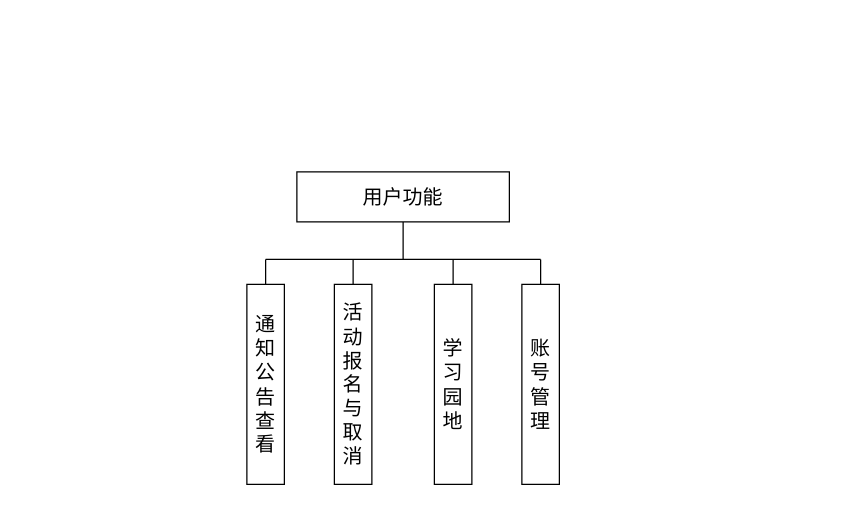
zandaZY/zanda-001 keeps this draw.io diagram as user.drawio. Above is the earlier version. Source tidied: cells renumbered, new cells numbered last; positions are measured from the earlier drawing's top-left corner, leaving out a move shared by most shapes. Both pictures are drawn from the tidied source at 125%, with x=0, y=0 at pixel (246, 171).
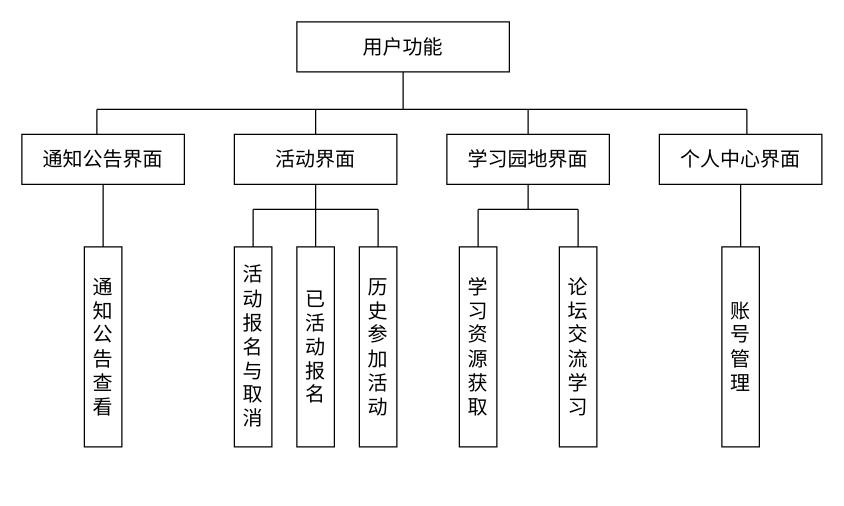
The same diagram, later.

The edit, as a diff of the source:
```diff
@@
     <mxCell id="2" value="&lt;font style=&quot;font-size: 16px;&quot;&gt;用户功能&lt;br&gt;&lt;/font&gt;" style="rounded=0;whiteSpace=wrap;html=1;" parent="1" vertex="1">
-      <mxGeometry x="40" width="170" height="40" as="geometry" />
+      <mxGeometry x="40" y="-120" width="170" height="40" as="geometry" />
     </mxCell>
     <mxCell id="3" value="&lt;font style=&quot;font-size: 16px;&quot;&gt;通知公告查看&lt;/font&gt;" style="rounded=0;whiteSpace=wrap;html=1;" parent="1" vertex="1">
-      <mxGeometry y="90" width="30" height="160" as="geometry" />
+      <mxGeometry x="-130" y="60" width="30" height="160" as="geometry" />
     </mxCell>
     <mxCell id="4" value="&lt;font style=&quot;font-size: 16px;&quot;&gt;活动报名与取消&lt;/font&gt;" style="rounded=0;whiteSpace=wrap;html=1;" parent="1" vertex="1">
-      <mxGeometry x="70" y="90" width="30" height="160" as="geometry" />
+      <mxGeometry x="-10" y="60" width="30" height="160" as="geometry" />
     </mxCell>
-    <mxCell id="5" value="&lt;font style=&quot;font-size: 16px;&quot;&gt;学习园地&lt;/font&gt;" style="rounded=0;whiteSpace=wrap;html=1;" parent="1" vertex="1">
-      <mxGeometry x="150" y="90" width="30" height="160" as="geometry" />
+    <mxCell id="5" value="&lt;font style=&quot;font-size: 16px;&quot;&gt;学习资源获取&lt;/font&gt;" style="rounded=0;whiteSpace=wrap;html=1;" parent="1" vertex="1">
+      <mxGeometry x="170" y="60" width="30" height="160" as="geometry" />
     </mxCell>
     <mxCell id="6" value="&lt;font style=&quot;font-size: 16px;&quot;&gt;账号管理&lt;/font&gt;" style="rounded=0;whiteSpace=wrap;html=1;" parent="1" vertex="1">
-      <mxGeometry x="220" y="90" width="30" height="160" as="geometry" />
+      <mxGeometry x="380" y="60" width="30" height="160" as="geometry" />
     </mxCell>
-    <mxCell id="7" style="endArrow=none;html=1;rounded=0;" parent="1" edge="1">
-      <mxGeometry relative="1" as="geometry">
-        <mxPoint x="15" y="70" as="sourcePoint" />
-        <mxPoint x="235" y="70" as="targetPoint" />
-      </mxGeometry>
-    </mxCell>
-    <mxCell id="8" style="endArrow=none;html=1;rounded=0;entryX=0.5;entryY=1;entryDx=0;entryDy=0;" parent="1" edge="1" target="2">
-      <mxGeometry relative="1" as="geometry">
-        <mxPoint x="125" y="70" as="sourcePoint" />
-      </mxGeometry>
-    </mxCell>
-    <mxCell id="9" style="endArrow=none;html=1;rounded=0;exitX=0.5;exitY=0;exitDx=0;exitDy=0;" parent="1" edge="1" source="3">
-      <mxGeometry relative="1" as="geometry">
-        <mxPoint x="15" y="70" as="targetPoint" />
-      </mxGeometry>
-    </mxCell>
-    <mxCell id="10" style="endArrow=none;html=1;rounded=0;entryX=0.5;entryY=0;entryDx=0;entryDy=0;" parent="1" edge="1" target="6">
-      <mxGeometry relative="1" as="geometry">
-        <mxPoint x="235" y="70" as="sourcePoint" />
-      </mxGeometry>
-    </mxCell>
-    <mxCell id="11" style="endArrow=none;html=1;rounded=0;exitX=0.5;exitY=0;exitDx=0;exitDy=0;" parent="1" edge="1" source="4">
-      <mxGeometry relative="1" as="geometry">
-        <mxPoint x="85" y="70" as="targetPoint" />
-      </mxGeometry>
-    </mxCell>
-    <mxCell id="12" style="endArrow=none;html=1;rounded=0;exitX=0.5;exitY=0;exitDx=0;exitDy=0;" parent="1" edge="1" source="5">
-      <mxGeometry relative="1" as="geometry">
-        <mxPoint x="165" y="70" as="targetPoint" />
-      </mxGeometry>
-    </mxCell>
+    <mxCell id="13" value="&lt;font style=&quot;font-size: 16px;&quot;&gt;通知公告界面&lt;/font&gt;" style="rounded=0;whiteSpace=wrap;html=1;" parent="1" vertex="1">
+      <mxGeometry x="-180" y="-30" width="130" height="40" as="geometry" />
+    </mxCell>
+    <mxCell id="14" value="&lt;font style=&quot;font-size: 16px;&quot;&gt;活动界面&lt;br&gt;&lt;/font&gt;" style="rounded=0;whiteSpace=wrap;html=1;" parent="1" vertex="1">
+      <mxGeometry x="-10" y="-30" width="130" height="40" as="geometry" />
+    </mxCell>
+    <mxCell id="15" value="&lt;font style=&quot;font-size: 16px;&quot;&gt;学习园地界面&lt;/font&gt;" style="rounded=0;whiteSpace=wrap;html=1;" parent="1" vertex="1">
+      <mxGeometry x="160" y="-30" width="130" height="40" as="geometry" />
+    </mxCell>
+    <mxCell id="16" value="&lt;font style=&quot;font-size: 16px;&quot;&gt;个人中心界面&lt;/font&gt;" style="rounded=0;whiteSpace=wrap;html=1;" parent="1" vertex="1">
+      <mxGeometry x="330" y="-30" width="130" height="40" as="geometry" />
+    </mxCell>
+    <mxCell id="17" value="&lt;font style=&quot;font-size: 16px;&quot;&gt;已活动报名&lt;/font&gt;" style="rounded=0;whiteSpace=wrap;html=1;" parent="1" vertex="1">
+      <mxGeometry x="40" y="60" width="30" height="160" as="geometry" />
+    </mxCell>
+    <mxCell id="18" value="&lt;font style=&quot;font-size: 16px;&quot;&gt;历史参加活动&lt;/font&gt;" style="rounded=0;whiteSpace=wrap;html=1;" parent="1" vertex="1">
+      <mxGeometry x="90" y="60" width="30" height="160" as="geometry" />
+    </mxCell>
+    <mxCell id="19" value="&lt;font style=&quot;font-size: 16px;&quot;&gt;论坛交流学习&lt;/font&gt;" style="rounded=0;whiteSpace=wrap;html=1;" parent="1" vertex="1">
+      <mxGeometry x="250" y="60" width="30" height="160" as="geometry" />
+    </mxCell>
+    <mxCell id="20" style="endArrow=none;html=1;rounded=0;entryX=0.5;entryY=1;entryDx=0;entryDy=0;" parent="1" edge="1" target="2">
+      <mxGeometry relative="1" as="geometry">
+        <mxPoint x="125" y="-50" as="sourcePoint" />
+      </mxGeometry>
+    </mxCell>
+    <mxCell id="21" style="endArrow=none;html=1;rounded=0;" parent="1" edge="1">
+      <mxGeometry relative="1" as="geometry">
+        <mxPoint x="-120" y="-50" as="sourcePoint" />
+        <mxPoint x="400" y="-50" as="targetPoint" />
+      </mxGeometry>
+    </mxCell>
+    <mxCell id="22" style="endArrow=none;html=1;rounded=0;" parent="1" edge="1">
+      <mxGeometry relative="1" as="geometry">
+        <mxPoint x="-120" y="-30" as="sourcePoint" />
+        <mxPoint x="-120" y="-50" as="targetPoint" />
+      </mxGeometry>
+    </mxCell>
+    <mxCell id="23" style="endArrow=none;html=1;rounded=0;" parent="1" edge="1">
+      <mxGeometry relative="1" as="geometry">
+        <mxPoint x="400" y="-30" as="sourcePoint" />
+        <mxPoint x="400" y="-50" as="targetPoint" />
+      </mxGeometry>
+    </mxCell>
+    <mxCell id="24" style="endArrow=none;html=1;rounded=0;exitX=0.5;exitY=0;exitDx=0;exitDy=0;" parent="1" edge="1" source="14">
+      <mxGeometry relative="1" as="geometry">
+        <mxPoint x="55" y="-50" as="targetPoint" />
+      </mxGeometry>
+    </mxCell>
+    <mxCell id="25" style="endArrow=none;html=1;rounded=0;exitX=0.5;exitY=0;exitDx=0;exitDy=0;" parent="1" edge="1" source="15">
+      <mxGeometry relative="1" as="geometry">
+        <mxPoint x="225" y="-50" as="targetPoint" />
+      </mxGeometry>
+    </mxCell>
+    <mxCell id="26" style="endArrow=none;html=1;rounded=0;exitX=0.5;exitY=0;exitDx=0;exitDy=0;entryX=0.5;entryY=1;entryDx=0;entryDy=0;" parent="1" edge="1" source="3" target="13">
+      <mxGeometry relative="1" as="geometry" />
+    </mxCell>
+    <mxCell id="27" style="endArrow=none;html=1;rounded=0;entryX=0.5;entryY=0;entryDx=0;entryDy=0;exitX=0.5;exitY=1;exitDx=0;exitDy=0;" parent="1" edge="1" source="16" target="6">
+      <mxGeometry relative="1" as="geometry" />
+    </mxCell>
+    <mxCell id="28" style="endArrow=none;html=1;rounded=0;entryX=0.5;entryY=1;entryDx=0;entryDy=0;" parent="1" edge="1" target="15">
+      <mxGeometry relative="1" as="geometry">
+        <mxPoint x="225" y="30" as="sourcePoint" />
+      </mxGeometry>
+    </mxCell>
+    <mxCell id="29" style="endArrow=none;html=1;rounded=0;entryX=0.5;entryY=0;entryDx=0;entryDy=0;" parent="1" edge="1" target="19">
+      <mxGeometry relative="1" as="geometry">
+        <mxPoint x="265" y="30" as="sourcePoint" />
+      </mxGeometry>
+    </mxCell>
+    <mxCell id="30" style="endArrow=none;html=1;rounded=0;exitX=0.5;exitY=0;exitDx=0;exitDy=0;" parent="1" edge="1" source="5">
+      <mxGeometry relative="1" as="geometry">
+        <mxPoint x="185" y="30" as="targetPoint" />
+      </mxGeometry>
+    </mxCell>
+    <mxCell id="31" style="endArrow=none;html=1;rounded=0;" parent="1" edge="1">
+      <mxGeometry relative="1" as="geometry">
+        <mxPoint x="185" y="30" as="sourcePoint" />
+        <mxPoint x="265" y="30" as="targetPoint" />
+      </mxGeometry>
+    </mxCell>
+    <mxCell id="32" style="endArrow=none;html=1;rounded=0;entryX=0.5;entryY=1;entryDx=0;entryDy=0;" parent="1" edge="1" target="14">
+      <mxGeometry relative="1" as="geometry">
+        <mxPoint x="55" y="30" as="sourcePoint" />
+      </mxGeometry>
+    </mxCell>
+    <mxCell id="33" style="endArrow=none;html=1;rounded=0;exitX=0.5;exitY=0;exitDx=0;exitDy=0;" parent="1" edge="1" source="4">
+      <mxGeometry relative="1" as="geometry">
+        <mxPoint x="5" y="30" as="targetPoint" />
+      </mxGeometry>
+    </mxCell>
+    <mxCell id="34" style="endArrow=none;html=1;rounded=0;exitX=0.5;exitY=0;exitDx=0;exitDy=0;" parent="1" edge="1" source="17">
+      <mxGeometry relative="1" as="geometry">
+        <mxPoint x="55" y="30" as="targetPoint" />
+      </mxGeometry>
+    </mxCell>
+    <mxCell id="35" style="endArrow=none;html=1;rounded=0;exitX=0.5;exitY=0;exitDx=0;exitDy=0;" parent="1" edge="1" source="18">
+      <mxGeometry relative="1" as="geometry">
+        <mxPoint x="105" y="30" as="targetPoint" />
+      </mxGeometry>
+    </mxCell>
+    <mxCell id="36" style="endArrow=none;html=1;rounded=0;" parent="1" edge="1">
+      <mxGeometry relative="1" as="geometry">
+        <mxPoint x="5" y="30" as="sourcePoint" />
+        <mxPoint x="105" y="30" as="targetPoint" />
+      </mxGeometry>
+    </mxCell>
```
